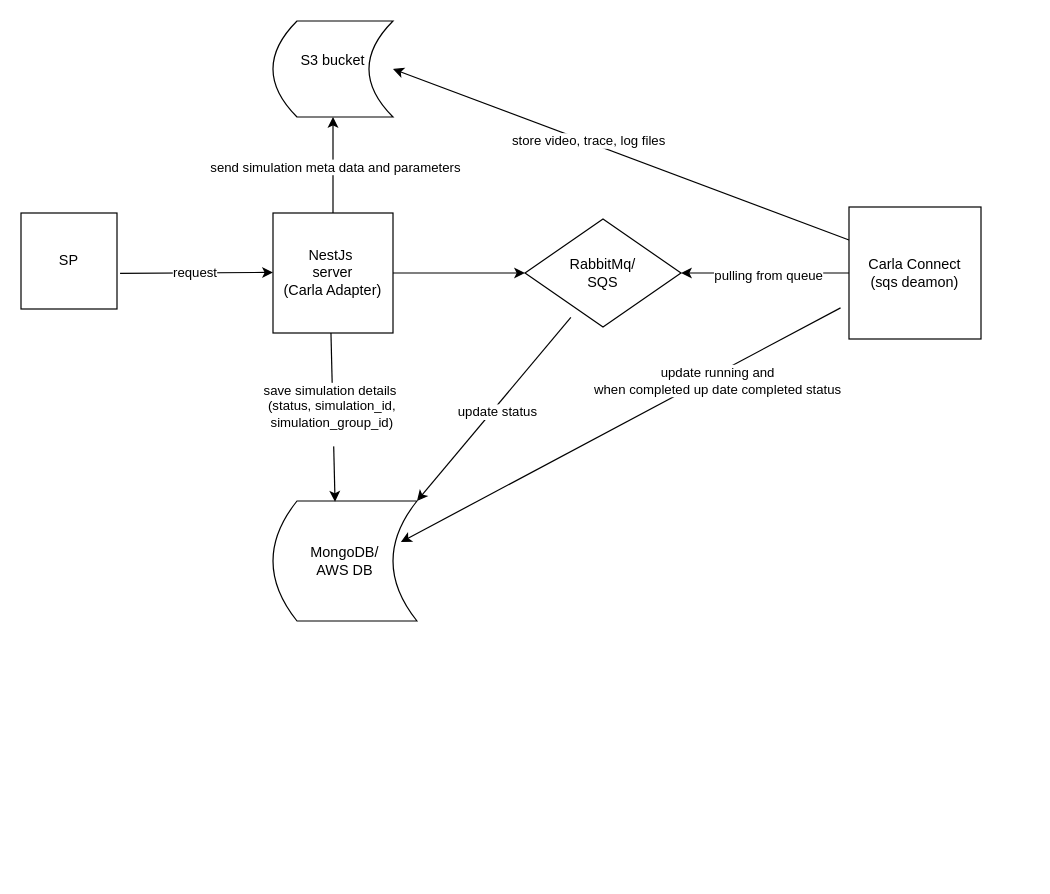
Earlier version of the draw.io diagram Untitled Diagram.drawio (asapluiz/design-pattern-sample). Source tidied: cells renumbered, new cells numbered last; positions are measured from the earlier drawing's top-left corner, leaving out a move shared by most shapes. Both pictures are drawn from the tidied source at 120%, with x=0, y=0 at pixel (20, 20).
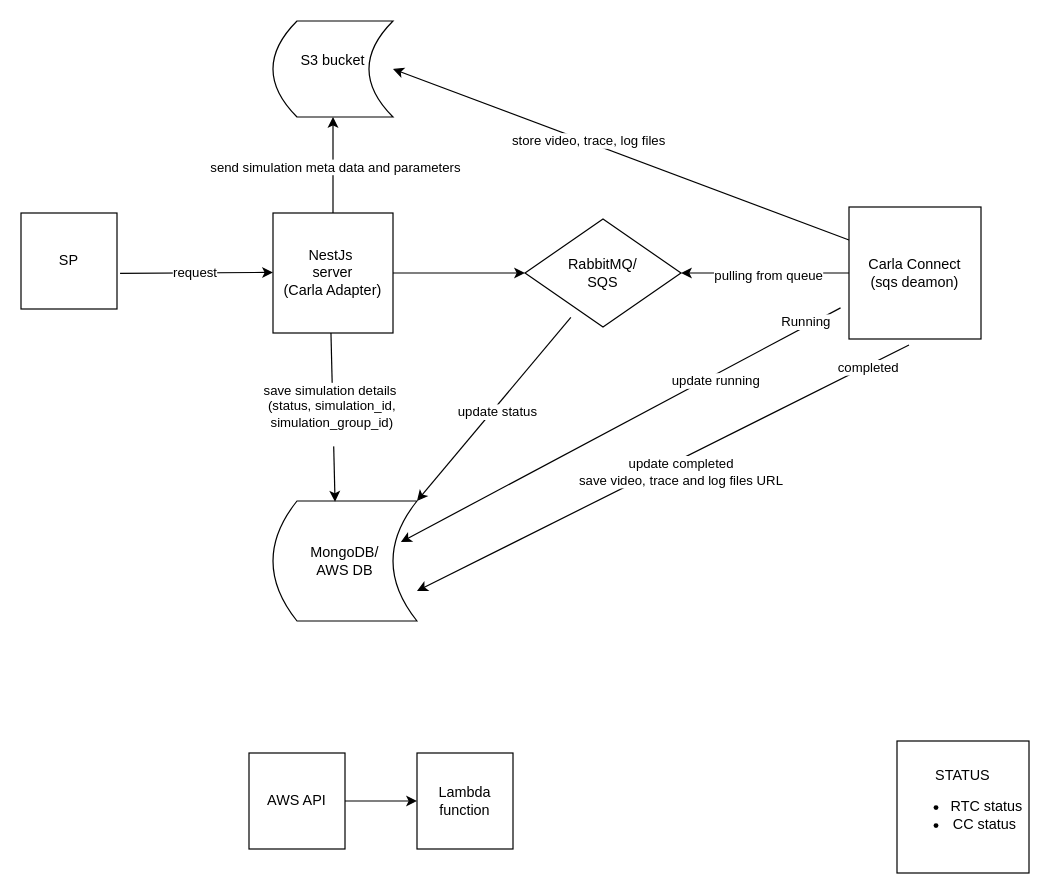
The same page after the edit.

Unchanged cells that the change refers to:
```xml
<mxCell id="6" value="MongoDB/&lt;div&gt;AWS DB&lt;/div&gt;" style="shape=dataStorage;whiteSpace=wrap;html=1;fixedSize=1;" parent="1" vertex="1">
  <mxGeometry x="210" y="400" width="120" height="100" as="geometry" />
</mxCell>
<mxCell id="19" style="endArrow=classic;html=1;rounded=0;exitX=-0.064;exitY=0.764;exitDx=0;exitDy=0;exitPerimeter=0;entryX=0.888;entryY=0.342;entryDx=0;entryDy=0;entryPerimeter=0;" parent="1" edge="1" source="16" target="6">
  <mxGeometry relative="1" as="geometry" />
</mxCell>
```

Change to the diagram source:
```diff
@@
-    <mxCell id="13" value="RabbitMq/&lt;div&gt;SQS&lt;/div&gt;" style="rhombus;whiteSpace=wrap;html=1;" parent="1" vertex="1">
+    <mxCell id="13" value="RabbitMQ/&lt;div&gt;SQS&lt;/div&gt;" style="rhombus;whiteSpace=wrap;html=1;" parent="1" vertex="1">
       <mxGeometry x="420" y="165" width="130" height="90" as="geometry" />
     </mxCell>
@@
-    <mxCell id="20" value="update running and&amp;nbsp;&lt;div&gt;when completed up date completed status&amp;nbsp;&lt;/div&gt;" style="edgeLabel;html=1;align=center;verticalAlign=middle;" parent="19" vertex="1">
+    <mxCell id="20" value="update running&amp;nbsp;&amp;nbsp;" style="edgeLabel;html=1;align=center;verticalAlign=middle;" parent="19" vertex="1">
       <mxGeometry x="-0.04" y="2" relative="1" as="geometry">
         <mxPoint x="73" y="-35" as="offset" />
       </mxGeometry>
     </mxCell>
+    <mxCell id="23" value="Running" style="edgeLabel;html=1;align=center;verticalAlign=middle;" parent="19" vertex="1">
+      <mxGeometry x="-0.85" y="-4" relative="1" as="geometry" />
+    </mxCell>
@@
+    <mxCell id="24" value="AWS API" style="whiteSpace=wrap;html=1;" parent="1" vertex="1">
+      <mxGeometry x="190" y="610" width="80" height="80" as="geometry" />
+    </mxCell>
+    <mxCell id="25" style="endArrow=classic;html=1;rounded=0;exitX=1;exitY=0.5;exitDx=0;exitDy=0;" parent="1" edge="1" source="24" target="26">
+      <mxGeometry relative="1" as="geometry" />
+    </mxCell>
+    <mxCell id="26" value="Lambda function" style="whiteSpace=wrap;html=1;" parent="1" vertex="1">
+      <mxGeometry x="330" y="610" width="80" height="80" as="geometry" />
+    </mxCell>
+    <mxCell id="27" value="STATUS&lt;div&gt;&lt;ul&gt;&lt;li&gt;RTC status&lt;/li&gt;&lt;li&gt;CC status&amp;nbsp;&lt;/li&gt;&lt;/ul&gt;&lt;/div&gt;" style="whiteSpace=wrap;html=1;" parent="1" vertex="1">
+      <mxGeometry x="730" y="600" width="110" height="110" as="geometry" />
+    </mxCell>
+    <mxCell id="28" style="endArrow=classic;html=1;rounded=0;entryX=1;entryY=0.75;entryDx=0;entryDy=0;" parent="1" edge="1" target="6">
+      <mxGeometry relative="1" as="geometry">
+        <mxPoint x="740" y="270" as="sourcePoint" />
+      </mxGeometry>
+    </mxCell>
+    <mxCell id="29" value="completed" style="edgeLabel;html=1;align=center;verticalAlign=middle;" parent="28" vertex="1">
+      <mxGeometry x="-0.83" y="1" relative="1" as="geometry" />
+    </mxCell>
+    <mxCell id="30" value="update completed&lt;div&gt;save video, trace and log files URL&lt;/div&gt;" style="edgeLabel;html=1;align=center;verticalAlign=middle;" parent="28" vertex="1">
+      <mxGeometry x="0.03" relative="1" as="geometry">
+        <mxPoint x="21" as="offset" />
+      </mxGeometry>
+    </mxCell>
```
